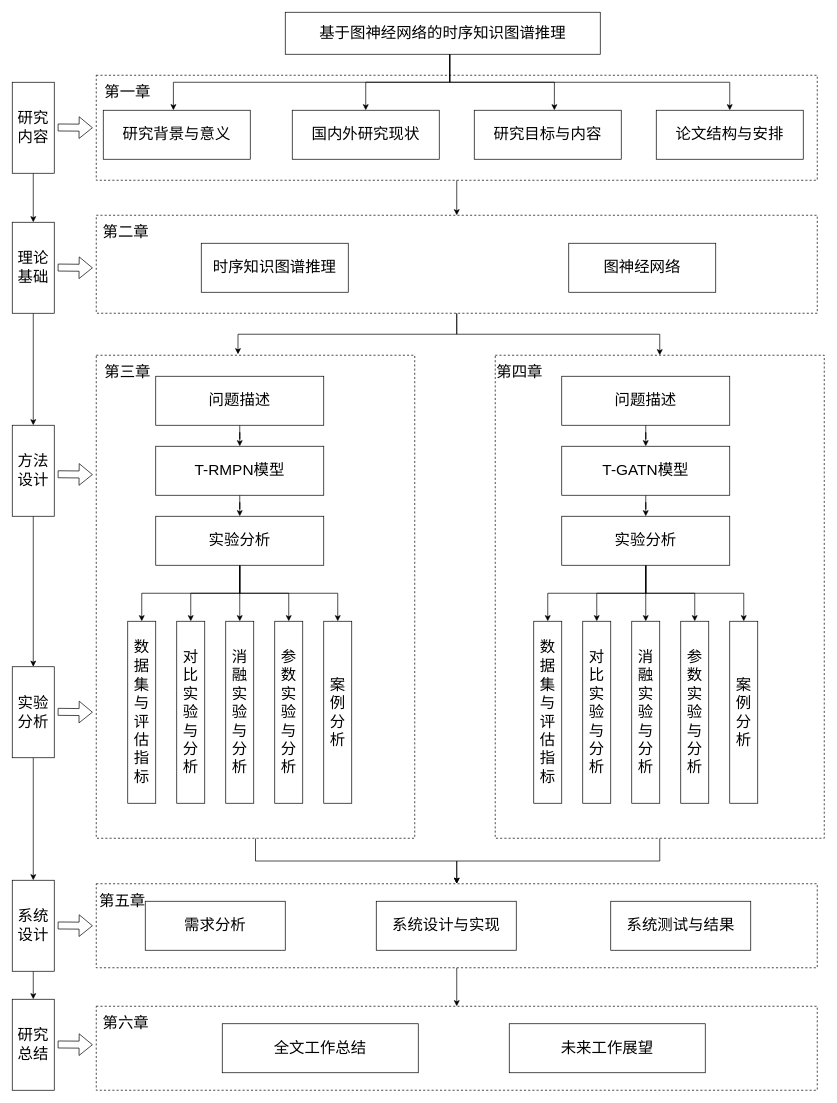
Before: 论文结构框架图.drawio in LNqwn/BISHE-GRAPH, a draw.io diagram. Source tidied: cells renumbered, new cells numbered last; positions are measured from the earlier drawing's top-left corner, leaving out a move shared by most shapes. Both pictures are drawn from the tidied source at 70%, with x=0, y=0 at pixel (12, 12).
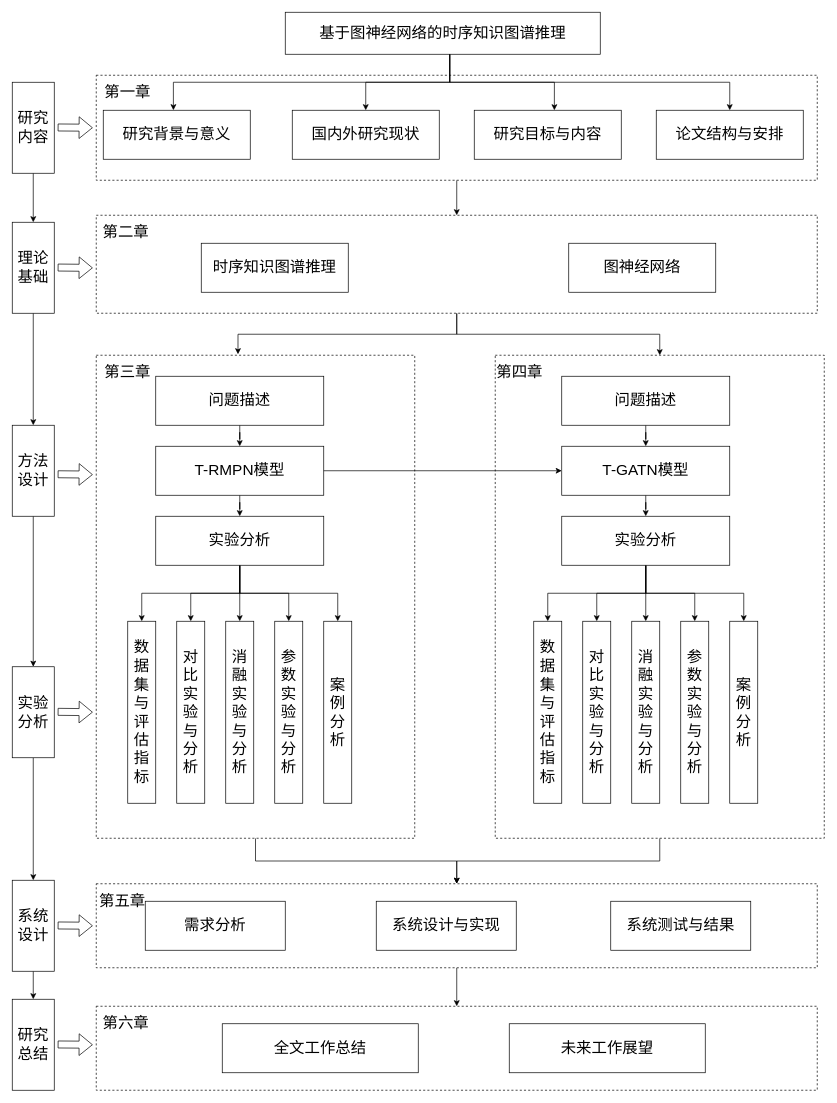
The same page after the edit.

Commit message:
更新论文结构框架图.drawio

Unchanged cells that the change refers to:
```xml
<mxCell id="34" value="&lt;span&gt;T-RMPN模型&lt;/span&gt;" style="rounded=0;whiteSpace=wrap;html=1;fontSize=22;fontFamily=宋体;" parent="1" vertex="1">
  <mxGeometry x="205" y="620" width="240" height="70" as="geometry" />
</mxCell>
<mxCell id="44" value="T-GATN&lt;span&gt;模型&lt;/span&gt;" style="rounded=0;whiteSpace=wrap;html=1;fontSize=22;fontFamily=宋体;" parent="1" vertex="1">
  <mxGeometry x="785" y="620" width="240" height="70" as="geometry" />
</mxCell>
```

What changed in the source:
```diff
@@
+    <mxCell id="83" style="edgeStyle=orthogonalEdgeStyle;rounded=0;jettySize=auto;html=1;entryX=0;entryY=0.5;entryDx=0;entryDy=0;fontSize=22;exitX=1;exitY=0.5;exitDx=0;exitDy=0;" parent="1" edge="1" source="34" target="44">
+      <mxGeometry relative="1" as="geometry" />
+    </mxCell>
```
